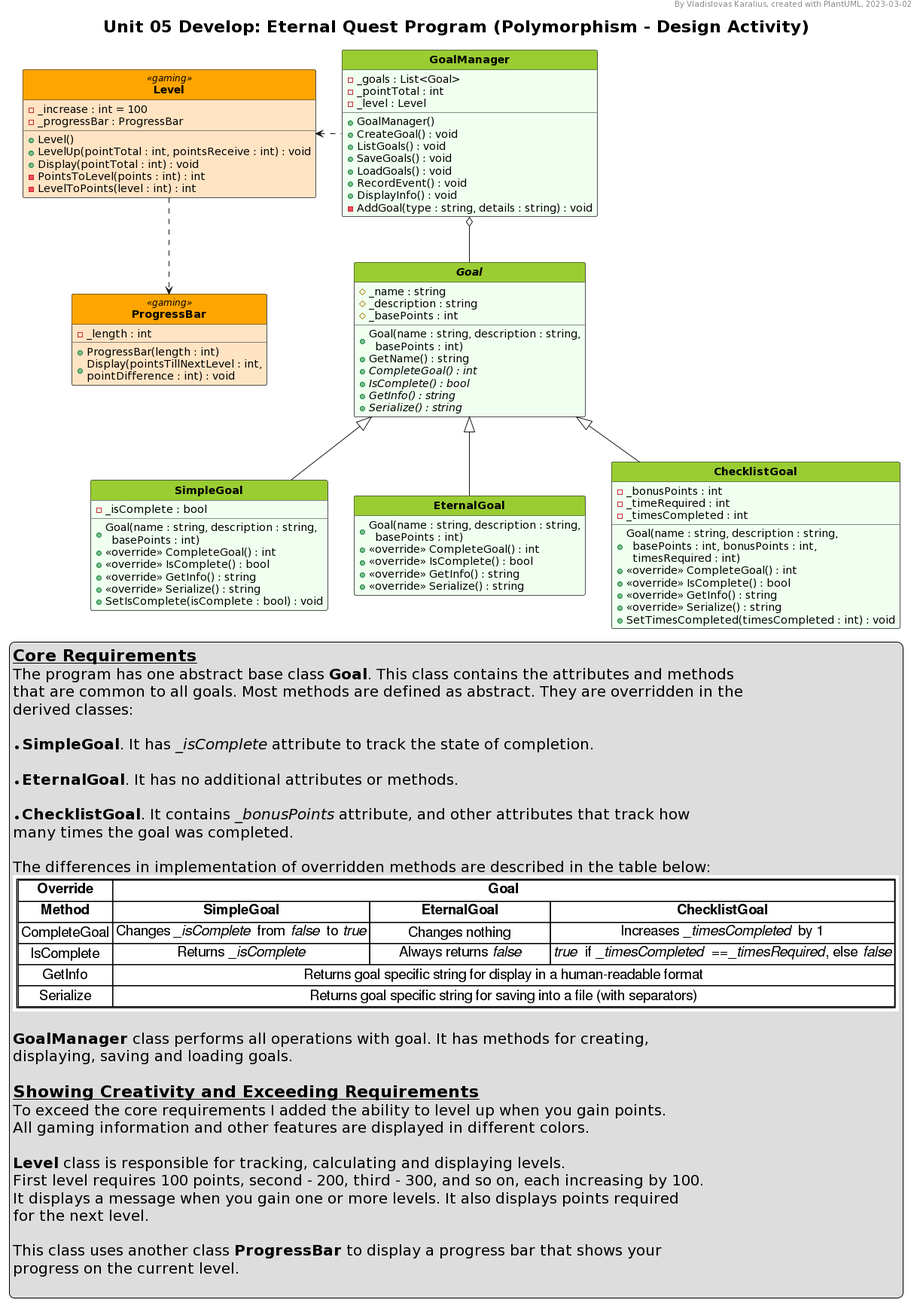
Earlier version of the PlantUML export prove/Develop05/UML_diagram.png (VladKaralius/cse210-projects). Its diagram source:
```plantuml
@startuml
hide circle
hide empty members
skinparam style strictuml

skinparam TitleFontSize 22

<style>
classDiagram {
  class {
    BackgroundColor #f0fff0
    header {
      FontStyle bold
      BackgroundColor YellowGreen
    }

    .gaming {
      BackgroundColor Bisque
      header {
        BackgroundColor Orange
      }
    }

    .test {
      BackgroundColor #eeeeee
      header {
        BackgroundColor #cccccc
      }
    }
  }

  note {
    BackgroundColor Yellow
  }
  legend {
    FontSize 20
  }
</style>

header By Vladislovas Karalius, created with PlantUML, 2023-03-02
title Unit 05 Develop: Eternal Quest Program (Polymorphism - Design Activity)

class GoalManager {
  - _goals : List<Goal>
  - _pointTotal : int
  - _level : Level
  + GoalManager()
  + CreateGoal() : void
  + ListGoals() : void
  + SaveGoals() : void
  + LoadGoals() : void
  + RecordEvent() : void
  + DisplayInfo() : void
  - AddGoal(type : string, details : string) : void
}

GoalManager o-- Goal

class Level <<gaming>> {
  - _increase : int = 100
  - _progressBar : ProgressBar
  + Level()
  + LevelUp(pointTotal : int, pointsReceive : int) : void
  + Display(pointTotal : int) : void
  - PointsToLevel(points : int) : int
  - LevelToPoints(level : int) : int
}

GoalManager .left> Level

class ProgressBar <<gaming>> {
  - _length : int
  + ProgressBar(length : int)
  + Display(pointsTillNextLevel : int,\npointDifference : int) : void
}

Level ..> ProgressBar

abstract class Goal {
  # _name : string
  # _description : string
  # _basePoints : int
  + Goal(name : string, description : string,\n  basePoints : int)
  + GetName() : string
  + {abstract} CompleteGoal() : int
  + {abstract} IsComplete() : bool
  + {abstract} GetInfo() : string
  + {abstract} Serialize() : string
}

class SimpleGoal extends Goal {
  - _isComplete : bool
  + Goal(name : string, description : string,\n  basePoints : int)
  + <<override>> CompleteGoal() : int
  + <<override>> IsComplete() : bool
  + <<override>> GetInfo() : string
  + <<override>> Serialize() : string
  + SetIsComplete(isComplete : bool) : void
}

class EternalGoal extends Goal {
  + Goal(name : string, description : string,\n  basePoints : int)
  + <<override>> CompleteGoal() : int
  + <<override>> IsComplete() : bool
  + <<override>> GetInfo() : string
  + <<override>> Serialize() : string
}

class ChecklistGoal extends Goal {
  - _bonusPoints : int
  - _timeRequired : int
  - _timesCompleted : int
  + Goal(name : string, description : string,\n  basePoints : int, bonusPoints : int,\n  timesRequired : int)
  + <<override>> CompleteGoal() : int
  + <<override>> IsComplete() : bool
  + <<override>> GetInfo() : string
  + <<override>> Serialize() : string
  + SetTimesCompleted(timesCompleted : int) : void
}

legend bottom
<size:22>__**Core Requirements**__
The program has one abstract base class **Goal**. This class contains the attributes and methods
that are common to all goals. Most methods are defined as abstract. They are overridden in the
derived classes:

* **SimpleGoal**. It has //_isComplete// attribute to track the state of completion.

* **EternalGoal**. It has no additional attributes or methods.

* **ChecklistGoal**. It contains //_bonusPoints// attribute, and other attributes that track how
many times the goal was completed.

The differences in implementation of overridden methods are described in the table below:
{{
digraph methods {
    methods [shape=none, margin=0
  label=<<font face="Arial"><table border='1' cellborder='1' cellspacing='0'>
  <th>
    <td><b>Override</b></td>
    <td colspan="3"><b>Goal</b></td>
  </th>
  <th>
    <td><b>Method</b></td>
    <td><b>SimpleGoal</b></td>
    <td width="180"><b>EternalGoal</b></td>
    <td><b>ChecklistGoal</b></td>
  </th>
  <tr>
    <td>CompleteGoal</td>
    <td>Changes <i>_isComplete</i>  from <i>false</i>  to <i>true</i></td>
    <td>Changes nothing</td>
    <td>Increases <i>_timesCompleted</i>  by 1</td>
  </tr>
  <tr>
    <td>IsComplete</td>
    <td>Returns <i>_isComplete</i></td>
    <td>Always returns <i>false</i></td>
    <td><i>true</i>  if <i>_timesCompleted</i>  ==<i>_timesRequired</i>, else <i>false</i></td>
  </tr>
  <tr>
    <td>GetInfo</td>
    <td colspan="3">Returns goal specific string for display in a human-readable format</td>
  </tr>
  <tr>
    <td>Serialize</td>
    <td colspan="3">Returns goal specific string for saving into a file (with separators)</td>
  </tr>
</table></font>>
  ];
}
}}

**GoalManager** class performs all operations with goal. It has methods for creating,
displaying, saving and loading goals.

<size:22>__**Showing Creativity and Exceeding Requirements**__
To exceed the core requirements I added the ability to level up when you gain points.
All gaming information and other features are displayed in different colors.

**Level** class is responsible for tracking, calculating and displaying levels.
First level requires 100 points, second - 200, third - 300, and so on, each increasing by 100.
It displays a message when you gain one or more levels. It also displays points required
for the next level.

This class uses another class **ProgressBar** to display a progress bar that shows your
progress on the current level.

endlegend
@enduml
```
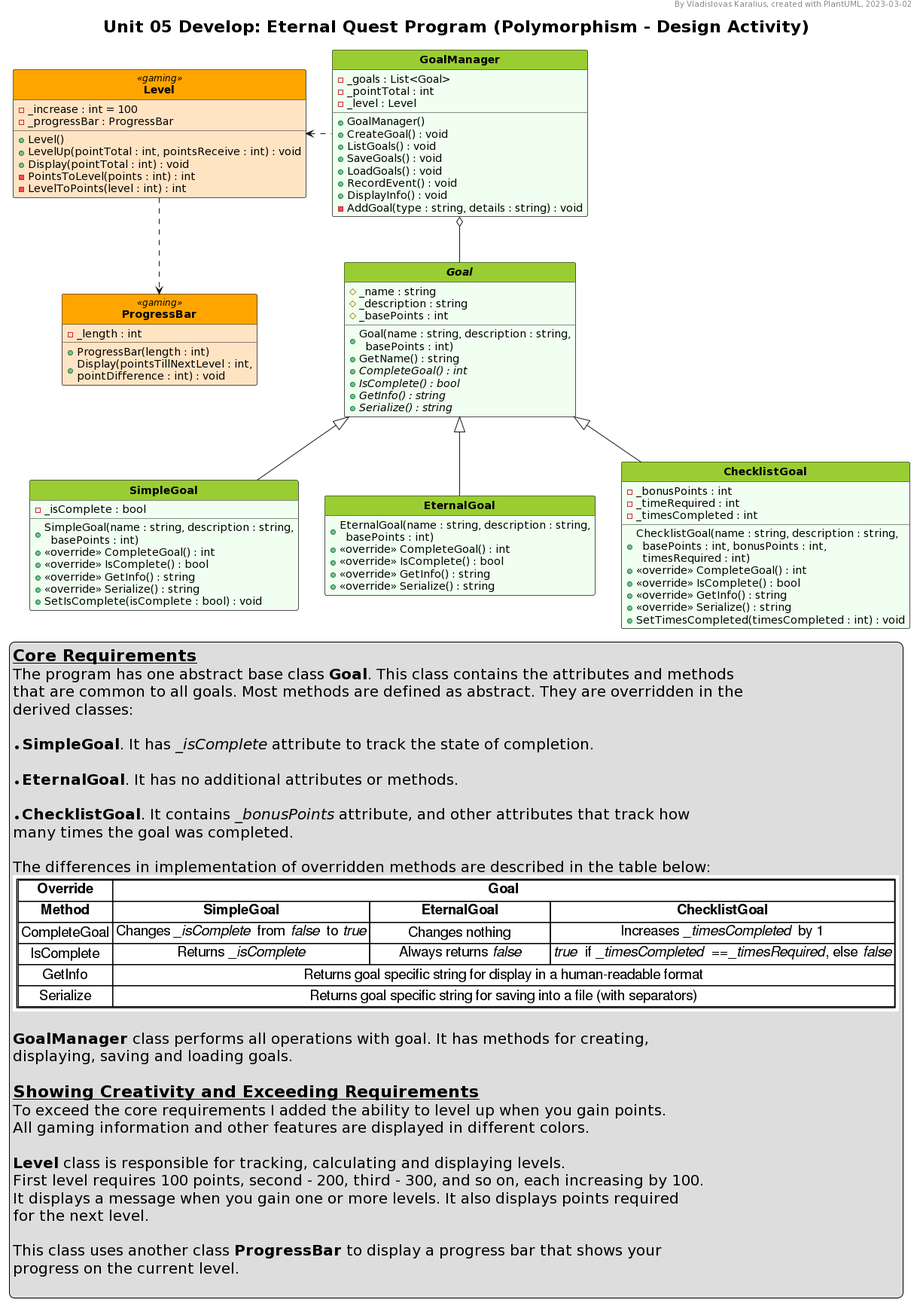
After the commit.

What changed in the source:
```diff
@@ -90,7 +90,7 @@
 
 class SimpleGoal extends Goal {
   - _isComplete : bool
-  + Goal(name : string, description : string,\n  basePoints : int)
+  + SimpleGoal(name : string, description : string,\n  basePoints : int)
   + <<override>> CompleteGoal() : int
   + <<override>> IsComplete() : bool
   + <<override>> GetInfo() : string
@@ -99,7 +99,7 @@
 }
 
 class EternalGoal extends Goal {
-  + Goal(name : string, description : string,\n  basePoints : int)
+  + EternalGoal(name : string, description : string,\n  basePoints : int)
   + <<override>> CompleteGoal() : int
   + <<override>> IsComplete() : bool
   + <<override>> GetInfo() : string
@@ -110,7 +110,7 @@
   - _bonusPoints : int
   - _timeRequired : int
   - _timesCompleted : int
-  + Goal(name : string, description : string,\n  basePoints : int, bonusPoints : int,\n  timesRequired : int)
+  + ChecklistGoal(name : string, description : string,\n  basePoints : int, bonusPoints : int,\n  timesRequired : int)
   + <<override>> CompleteGoal() : int
   + <<override>> IsComplete() : bool
   + <<override>> GetInfo() : string
```
